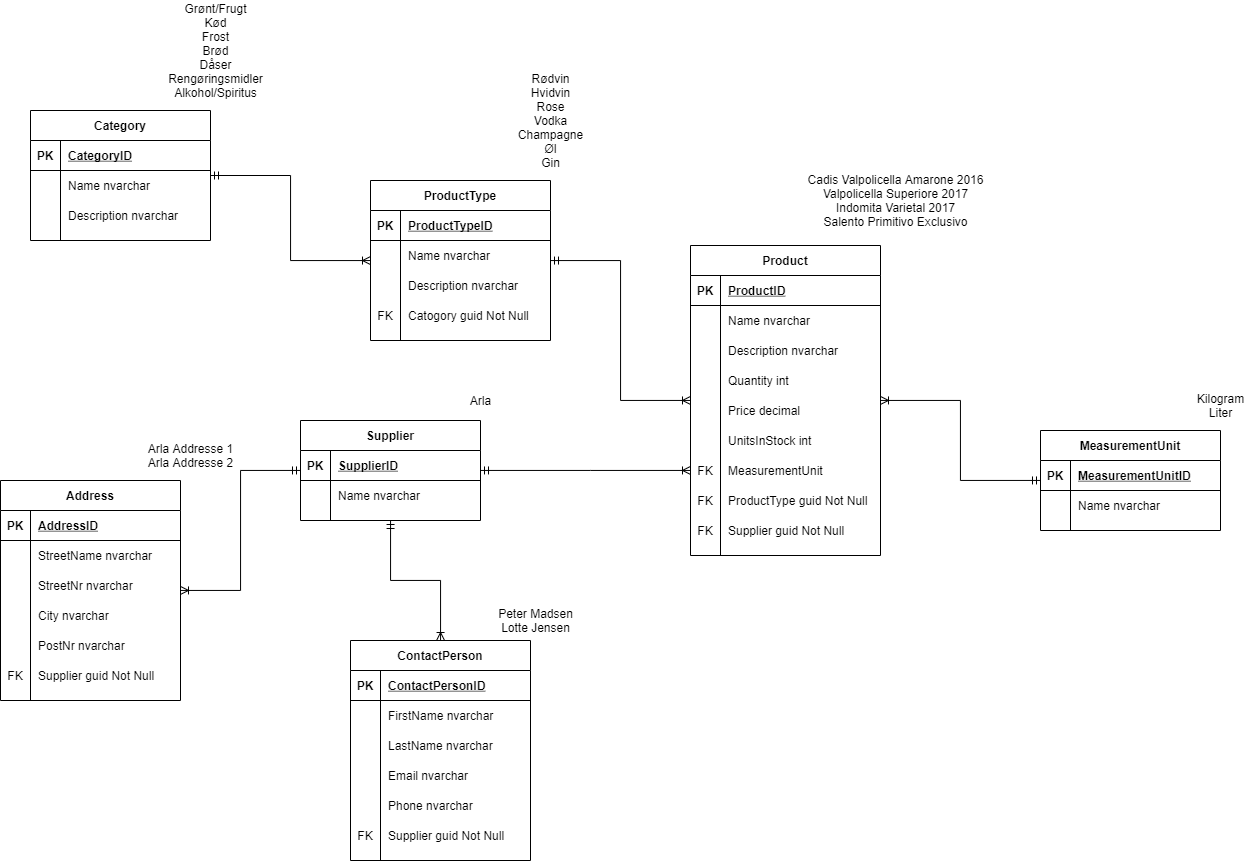
The draw.io diagram Documentation/Rema1000Design.png in Sivet/Rema1000ApiProject, before a commit. Source tidied: cells renumbered, new cells last; positions are measured from the earlier drawing's top-left corner, leaving out a move shared by most shapes.
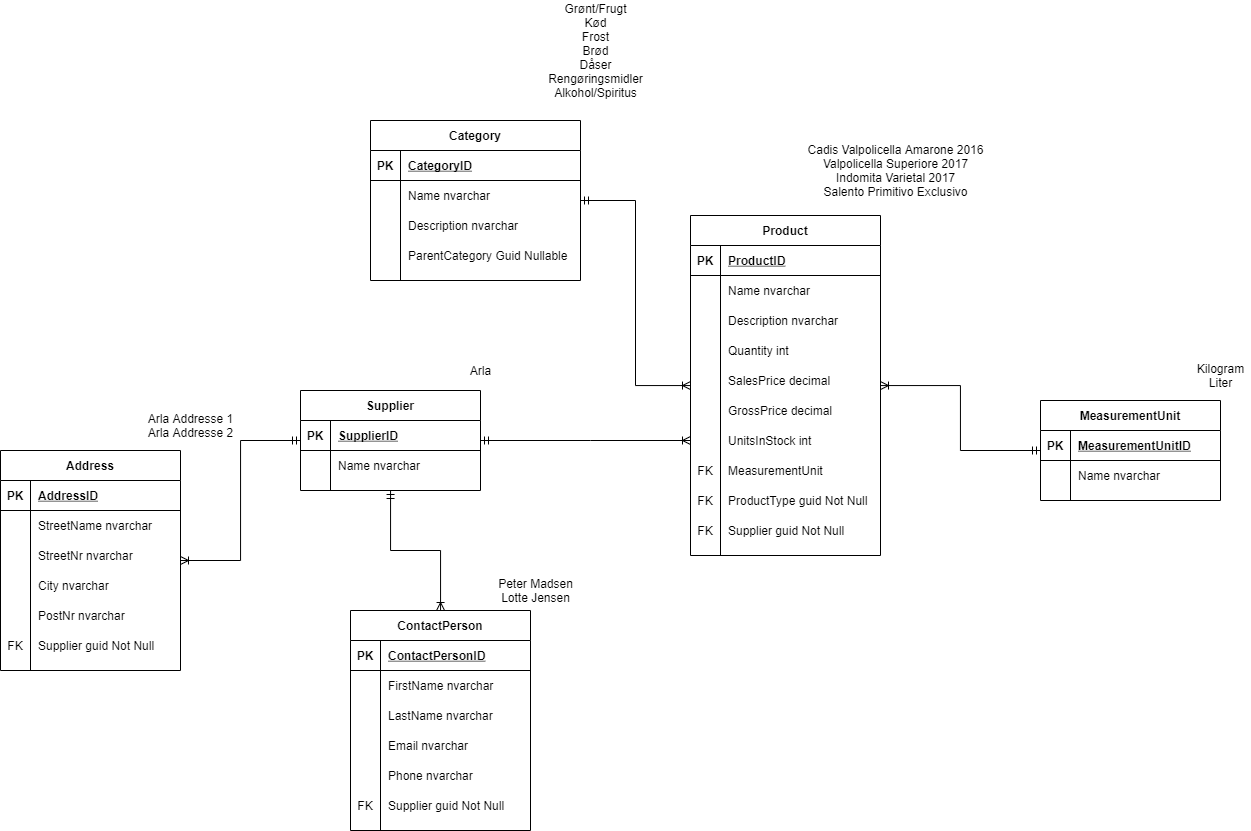
After the change.

What changed in the source:
```diff
@@ -2,81 +2,48 @@
   <root>
     <mxCell id="0" />
     <mxCell id="1" parent="0" />
+    <mxCell id="118" style="edgeStyle=orthogonalEdgeStyle;rounded=0;jettySize=auto;html=1;endArrow=ERoneToMany;endFill=0;startArrow=ERmandOne;startFill=0;" parent="1" edge="1" source="2" target="37">
+      <mxGeometry relative="1" as="geometry" />
+    </mxCell>
     <mxCell id="2" value="Category" style="shape=table;startSize=30;rowLines=0;fontStyle=1;align=center;" parent="1" vertex="1">
-      <mxGeometry x="30" y="110" width="180" height="130" as="geometry" />
+      <mxGeometry x="370" y="150" width="210" height="160" as="geometry" />
     </mxCell>
     <mxCell id="3" style="shape=partialRectangle;fillColor=none;top=0;left=0;bottom=1;right=0;" parent="2" vertex="1">
-      <mxGeometry y="30" width="180" height="30" as="geometry" />
+      <mxGeometry y="30" width="210" height="30" as="geometry" />
     </mxCell>
     <mxCell id="4" value="PK" style="shape=partialRectangle;fillColor=none;top=0;left=0;bottom=0;right=0;fontStyle=1;overflow=hidden;" parent="3" vertex="1">
       <mxGeometry width="30" height="30" as="geometry" />
     </mxCell>
     <mxCell id="5" value="CategoryID" style="shape=partialRectangle;fillColor=none;top=0;left=0;bottom=0;right=0;align=left;spacingLeft=6;fontStyle=5;overflow=hidden;" parent="3" vertex="1">
-      <mxGeometry x="30" width="150" height="30" as="geometry" />
+      <mxGeometry x="30" width="180" height="30" as="geometry" />
     </mxCell>
     <mxCell id="6" style="shape=partialRectangle;fillColor=none;top=0;left=0;bottom=0;right=0;" parent="2" vertex="1">
-      <mxGeometry y="60" width="180" height="30" as="geometry" />
+      <mxGeometry y="60" width="210" height="30" as="geometry" />
     </mxCell>
     <mxCell id="7" style="shape=partialRectangle;fillColor=none;top=0;left=0;bottom=0;right=0;overflow=hidden;" parent="6" vertex="1">
       <mxGeometry width="30" height="30" as="geometry" />
     </mxCell>
     <mxCell id="8" value="Name nvarchar" style="shape=partialRectangle;fillColor=none;top=0;left=0;bottom=0;right=0;align=left;spacingLeft=6;overflow=hidden;" parent="6" vertex="1">
-      <mxGeometry x="30" width="150" height="30" as="geometry" />
+      <mxGeometry x="30" width="180" height="30" as="geometry" />
     </mxCell>
     <mxCell id="9" style="shape=partialRectangle;fillColor=none;top=0;left=0;bottom=0;right=0;" parent="2" vertex="1">
-      <mxGeometry y="90" width="180" height="30" as="geometry" />
+      <mxGeometry y="90" width="210" height="30" as="geometry" />
     </mxCell>
     <mxCell id="10" style="shape=partialRectangle;fillColor=none;top=0;left=0;bottom=0;right=0;overflow=hidden;" parent="9" vertex="1">
       <mxGeometry width="30" height="30" as="geometry" />
     </mxCell>
     <mxCell id="11" value="Description nvarchar" style="shape=partialRectangle;fillColor=none;top=0;left=0;bottom=0;right=0;align=left;spacingLeft=6;overflow=hidden;" parent="9" vertex="1">
-      <mxGeometry x="30" width="150" height="30" as="geometry" />
+      <mxGeometry x="30" width="180" height="30" as="geometry" />
     </mxCell>
-    <mxCell id="12" style="edgeStyle=orthogonalEdgeStyle;rounded=0;jettySize=auto;html=1;endArrow=ERmandOne;endFill=0;startArrow=ERoneToMany;startFill=0;" parent="1" edge="1" source="14" target="2">
-      <mxGeometry relative="1" as="geometry" />
-    </mxCell>
-    <mxCell id="13" style="edgeStyle=orthogonalEdgeStyle;rounded=0;jettySize=auto;html=1;startArrow=ERmandOne;startFill=0;endArrow=ERoneToMany;endFill=0;" parent="1" edge="1" source="14" target="37">
-      <mxGeometry relative="1" as="geometry" />
-    </mxCell>
-    <mxCell id="14" value="ProductType" style="shape=table;startSize=30;rowLines=0;fontStyle=1;align=center;" parent="1" vertex="1">
-      <mxGeometry x="370" y="180" width="180" height="160" as="geometry" />
-    </mxCell>
-    <mxCell id="15" style="shape=partialRectangle;fillColor=none;top=0;left=0;bottom=1;right=0;" parent="14" vertex="1">
-      <mxGeometry y="30" width="180" height="30" as="geometry" />
-    </mxCell>
-    <mxCell id="16" value="PK" style="shape=partialRectangle;fillColor=none;top=0;left=0;bottom=0;right=0;fontStyle=1;overflow=hidden;" parent="15" vertex="1">
-      <mxGeometry width="30" height="30" as="geometry" />
-    </mxCell>
-    <mxCell id="17" value="ProductTypeID" style="shape=partialRectangle;fillColor=none;top=0;left=0;bottom=0;right=0;align=left;spacingLeft=6;fontStyle=5;overflow=hidden;" parent="15" vertex="1">
-      <mxGeometry x="30" width="150" height="30" as="geometry" />
-    </mxCell>
-    <mxCell id="18" style="shape=partialRectangle;fillColor=none;top=0;left=0;bottom=0;right=0;" parent="14" vertex="1">
-      <mxGeometry y="60" width="180" height="30" as="geometry" />
-    </mxCell>
-    <mxCell id="19" style="shape=partialRectangle;fillColor=none;top=0;left=0;bottom=0;right=0;overflow=hidden;" parent="18" vertex="1">
-      <mxGeometry width="30" height="30" as="geometry" />
-    </mxCell>
-    <mxCell id="20" value="Name nvarchar" style="shape=partialRectangle;fillColor=none;top=0;left=0;bottom=0;right=0;align=left;spacingLeft=6;overflow=hidden;" parent="18" vertex="1">
-      <mxGeometry x="30" width="150" height="30" as="geometry" />
-    </mxCell>
-    <mxCell id="21" style="shape=partialRectangle;fillColor=none;top=0;left=0;bottom=0;right=0;" parent="14" vertex="1">
-      <mxGeometry y="90" width="180" height="30" as="geometry" />
-    </mxCell>
-    <mxCell id="22" style="shape=partialRectangle;fillColor=none;top=0;left=0;bottom=0;right=0;overflow=hidden;" parent="21" vertex="1">
-      <mxGeometry width="30" height="30" as="geometry" />
-    </mxCell>
-    <mxCell id="23" value="Description nvarchar" style="shape=partialRectangle;fillColor=none;top=0;left=0;bottom=0;right=0;align=left;spacingLeft=6;overflow=hidden;" parent="21" vertex="1">
-      <mxGeometry x="30" width="150" height="30" as="geometry" />
-    </mxCell>
-    <mxCell id="24" style="shape=partialRectangle;fillColor=none;top=0;left=0;bottom=0;right=0;" parent="14" vertex="1">
-      <mxGeometry y="120" width="180" height="30" as="geometry" />
-    </mxCell>
-    <mxCell id="25" value="FK" style="shape=partialRectangle;fillColor=none;top=0;left=0;bottom=0;right=0;overflow=hidden;" parent="24" vertex="1">
-      <mxGeometry width="30" height="30" as="geometry" />
-    </mxCell>
-    <mxCell id="26" value="Catogory guid Not Null" style="shape=partialRectangle;fillColor=none;top=0;left=0;bottom=0;right=0;align=left;spacingLeft=6;overflow=hidden;" parent="24" vertex="1">
-      <mxGeometry x="30" width="150" height="30" as="geometry" />
-    </mxCell>
+    <mxCell id="119" style="shape=partialRectangle;fillColor=none;top=0;left=0;bottom=0;right=0;" parent="2" vertex="1">
+      <mxGeometry y="120" width="210" height="30" as="geometry" />
+    </mxCell>
+    <mxCell id="120" style="shape=partialRectangle;fillColor=none;top=0;left=0;bottom=0;right=0;overflow=hidden;" parent="119" vertex="1">
+      <mxGeometry width="30" height="30" as="geometry" />
+    </mxCell>
+    <mxCell id="121" value="ParentCategory Guid Nullable" style="shape=partialRectangle;fillColor=none;top=0;left=0;bottom=0;right=0;align=left;spacingLeft=6;overflow=hidden;" parent="119" vertex="1">
+      <mxGeometry x="30" width="180" height="30" as="geometry" />
+    </mxCell>
     <mxCell id="27" style="edgeStyle=orthogonalEdgeStyle;rounded=0;jettySize=auto;html=1;startArrow=ERmandOne;startFill=0;endArrow=ERoneToMany;endFill=0;" parent="1" edge="1" source="30" target="37">
       <mxGeometry relative="1" as="geometry">
         <Array as="points">
@@ -113,7 +80,7 @@
       <mxGeometry x="30" width="150" height="30" as="geometry" />
     </mxCell>
     <mxCell id="37" value="Product" style="shape=table;startSize=30;rowLines=0;fontStyle=1;align=center;" parent="1" vertex="1">
-      <mxGeometry x="690" y="245" width="190" height="310" as="geometry" />
+      <mxGeometry x="690" y="245" width="190" height="340" as="geometry" />
     </mxCell>
     <mxCell id="38" style="shape=partialRectangle;fillColor=none;top=0;left=0;bottom=1;right=0;" parent="37" vertex="1">
       <mxGeometry y="30" width="190" height="30" as="geometry" />
@@ -157,11 +124,20 @@
     <mxCell id="51" style="shape=partialRectangle;fillColor=none;top=0;left=0;bottom=0;right=0;overflow=hidden;" parent="50" vertex="1">
       <mxGeometry width="30" height="30" as="geometry" />
     </mxCell>
-    <mxCell id="52" value="Price decimal" style="shape=partialRectangle;fillColor=none;top=0;left=0;bottom=0;right=0;align=left;spacingLeft=6;overflow=hidden;" parent="50" vertex="1">
+    <mxCell id="52" value="SalesPrice decimal" style="shape=partialRectangle;fillColor=none;top=0;left=0;bottom=0;right=0;align=left;spacingLeft=6;overflow=hidden;" parent="50" vertex="1">
       <mxGeometry x="30" width="160" height="30" as="geometry" />
     </mxCell>
+    <mxCell id="122" style="shape=partialRectangle;fillColor=none;top=0;left=0;bottom=0;right=0;" parent="37" vertex="1">
+      <mxGeometry y="180" width="190" height="30" as="geometry" />
+    </mxCell>
+    <mxCell id="123" style="shape=partialRectangle;fillColor=none;top=0;left=0;bottom=0;right=0;overflow=hidden;" parent="122" vertex="1">
+      <mxGeometry width="30" height="30" as="geometry" />
+    </mxCell>
+    <mxCell id="124" value="GrossPrice decimal" style="shape=partialRectangle;fillColor=none;top=0;left=0;bottom=0;right=0;align=left;spacingLeft=6;overflow=hidden;" parent="122" vertex="1">
+      <mxGeometry x="30" width="160" height="30" as="geometry" />
+    </mxCell>
     <mxCell id="53" style="shape=partialRectangle;fillColor=none;top=0;left=0;bottom=0;right=0;" parent="37" vertex="1">
-      <mxGeometry y="180" width="190" height="30" as="geometry" />
+      <mxGeometry y="210" width="190" height="30" as="geometry" />
     </mxCell>
     <mxCell id="54" style="shape=partialRectangle;fillColor=none;top=0;left=0;bottom=0;right=0;overflow=hidden;" parent="53" vertex="1">
       <mxGeometry width="30" height="30" as="geometry" />
@@ -170,7 +146,7 @@
       <mxGeometry x="30" width="160" height="30" as="geometry" />
     </mxCell>
     <mxCell id="56" style="shape=partialRectangle;fillColor=none;top=0;left=0;bottom=0;right=0;" parent="37" vertex="1">
-      <mxGeometry y="210" width="190" height="30" as="geometry" />
+      <mxGeometry y="240" width="190" height="30" as="geometry" />
     </mxCell>
     <mxCell id="57" value="FK" style="shape=partialRectangle;fillColor=none;top=0;left=0;bottom=0;right=0;overflow=hidden;" parent="56" vertex="1">
       <mxGeometry width="30" height="30" as="geometry" />
@@ -179,7 +155,7 @@
       <mxGeometry x="30" width="160" height="30" as="geometry" />
     </mxCell>
     <mxCell id="59" style="shape=partialRectangle;fillColor=none;top=0;left=0;bottom=0;right=0;" parent="37" vertex="1">
-      <mxGeometry y="240" width="190" height="30" as="geometry" />
+      <mxGeometry y="270" width="190" height="30" as="geometry" />
     </mxCell>
     <mxCell id="60" value="FK" style="shape=partialRectangle;fillColor=none;top=0;left=0;bottom=0;right=0;overflow=hidden;" parent="59" vertex="1">
       <mxGeometry width="30" height="30" as="geometry" />
@@ -188,7 +164,7 @@
       <mxGeometry x="30" width="160" height="30" as="geometry" />
     </mxCell>
     <mxCell id="62" style="shape=partialRectangle;fillColor=none;top=0;left=0;bottom=0;right=0;" parent="37" vertex="1">
-      <mxGeometry y="270" width="190" height="30" as="geometry" />
+      <mxGeometry y="300" width="190" height="30" as="geometry" />
     </mxCell>
     <mxCell id="63" value="FK" style="shape=partialRectangle;fillColor=none;top=0;left=0;bottom=0;right=0;overflow=hidden;" parent="62" vertex="1">
       <mxGeometry width="30" height="30" as="geometry" />
@@ -197,11 +173,8 @@
       <mxGeometry x="30" width="160" height="30" as="geometry" />
     </mxCell>
     <mxCell id="65" value="Grønt/Frugt&lt;br&gt;Kød&lt;br&gt;Frost&lt;br&gt;Brød&lt;br&gt;Dåser&lt;br&gt;Rengøringsmidler&lt;br&gt;Alkohol/Spiritus" style="text;html=1;align=center;verticalAlign=middle;strokeColor=none;" parent="1" vertex="1">
-      <mxGeometry x="160" width="110" height="100" as="geometry" />
+      <mxGeometry x="540" y="30" width="110" height="100" as="geometry" />
     </mxCell>
-    <mxCell id="66" value="Rødvin&lt;br&gt;Hvidvin&lt;br&gt;Rose&lt;br&gt;Vodka&lt;br&gt;Champagne&lt;br&gt;Øl&lt;br&gt;Gin&lt;br&gt;" style="text;html=1;align=center;verticalAlign=middle;strokeColor=none;" parent="1" vertex="1">
-      <mxGeometry x="510" y="70" width="80" height="100" as="geometry" />
-    </mxCell>
     <mxCell id="67" value="Cadis Valpolicella Amarone 2016&lt;br&gt;Valpolicella Superiore 2017&lt;br&gt;Indomita Varietal 2017&lt;br&gt;Salento Primitivo Exclusivo" style="text;html=1;align=center;verticalAlign=middle;strokeColor=none;" parent="1" vertex="1">
       <mxGeometry x="800" y="170" width="190" height="60" as="geometry" />
     </mxCell>
```
